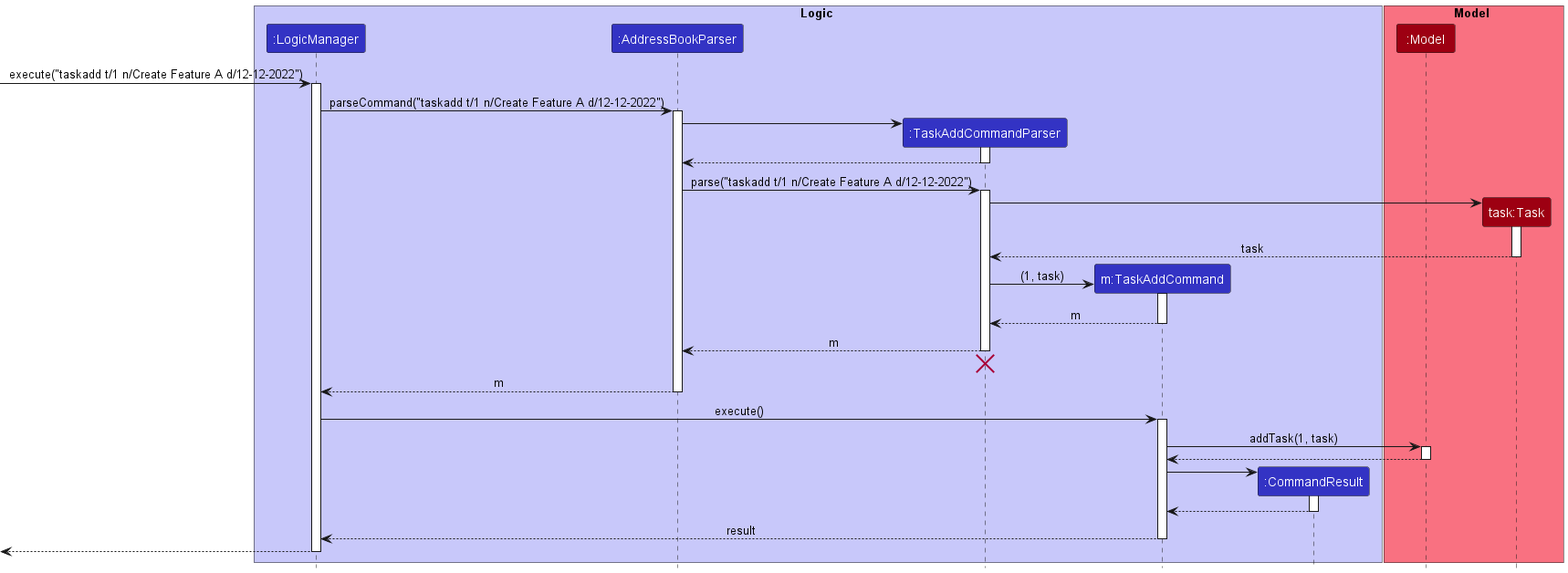
This is docs/images/TaskAddSequenceDiagram.png from nus-cs2103-AY2223S1/tp, a PlantUML export, as it was before one commit.
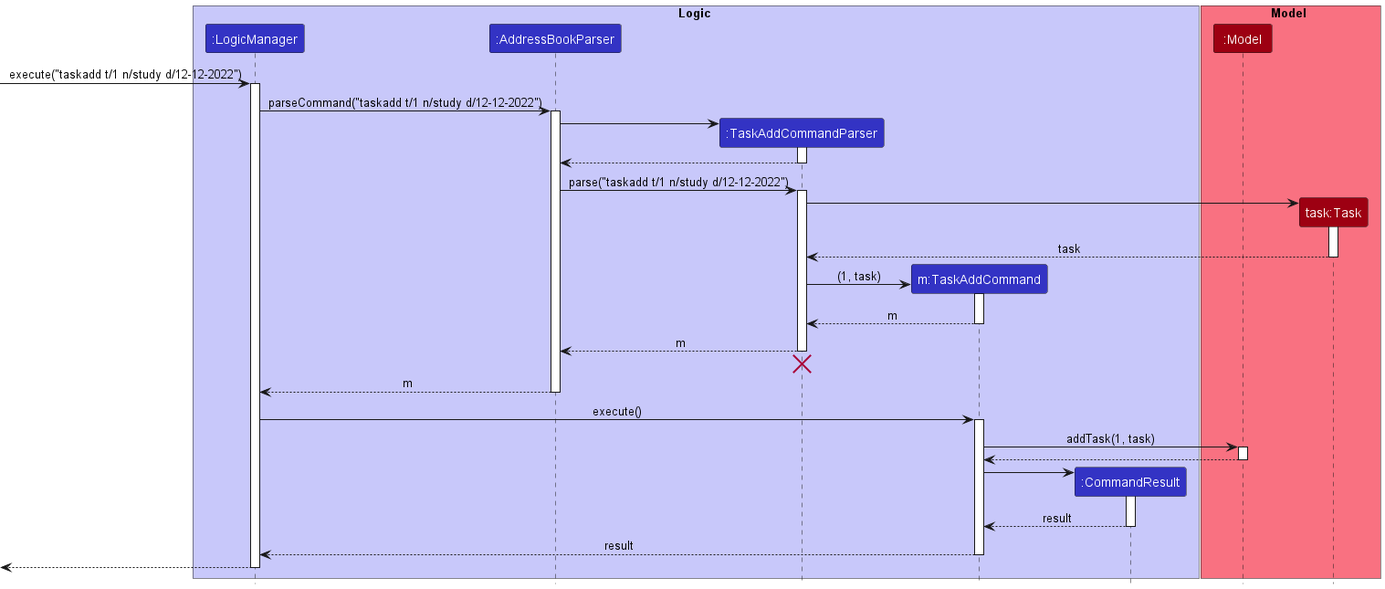
After the change.

The edit, as a diff of the source:
```diff
@@ -14,10 +14,10 @@
 participant "task:Task" as Task MODEL_COLOR
 end box
 
-[-> LogicManager : execute("taskadd t/1 n/Create Feature A d/12-12-2022")
+[-> LogicManager : execute("taskadd t/1 n/study d/12-12-2022")
 activate LogicManager
 
-LogicManager -> AddressBookParser : parseCommand("taskadd t/1 n/Create Feature A d/12-12-2022")
+LogicManager -> AddressBookParser : parseCommand("taskadd t/1 n/study d/12-12-2022")
 activate AddressBookParser
 
 create TaskAddCommandParser
@@ -27,7 +27,7 @@
 TaskAddCommandParser --> AddressBookParser
 deactivate TaskAddCommandParser
 
-AddressBookParser -> TaskAddCommandParser : parse("taskadd t/1 n/Create Feature A d/12-12-2022")
+AddressBookParser -> TaskAddCommandParser : parse("taskadd t/1 n/study d/12-12-2022")
 activate TaskAddCommandParser
 
 create Task
@@ -65,7 +65,7 @@
 TaskAddCommand -> CommandResult
 activate CommandResult
 
-CommandResult --> TaskAddCommand
+CommandResult --> TaskAddCommand : result
 deactivate CommandResult
 
 TaskAddCommand --> LogicManager : result
```
